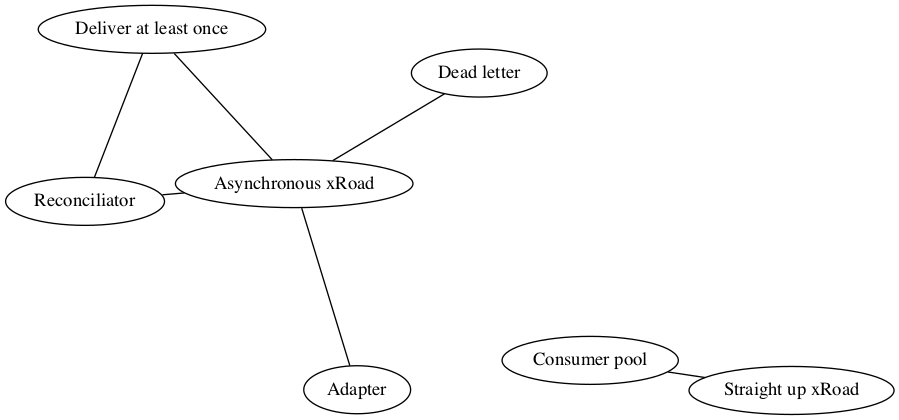
This is gfx/patterns.png from jointxroad/patterns, a Graphviz export, as it was before one commit. Its source is kept beside it as gfx/patterns.dot. Source of this version:
```dot
graph g {
	overlap=prism;
	splines=true;
	overlap_scaling=55
	"Consumer pool" -- "Straight up xRoad"
	"Reconciliator" -- "Asynchronous xRoad";
	"Adapter" -- "Asynchronous xRoad";
	"Asynchronous xRoad" -- "Deliver at least once";
	"Deliver at least once" -- "Reconciliator";
	"Dead letter" -- "Asynchronous xRoad";
}
```
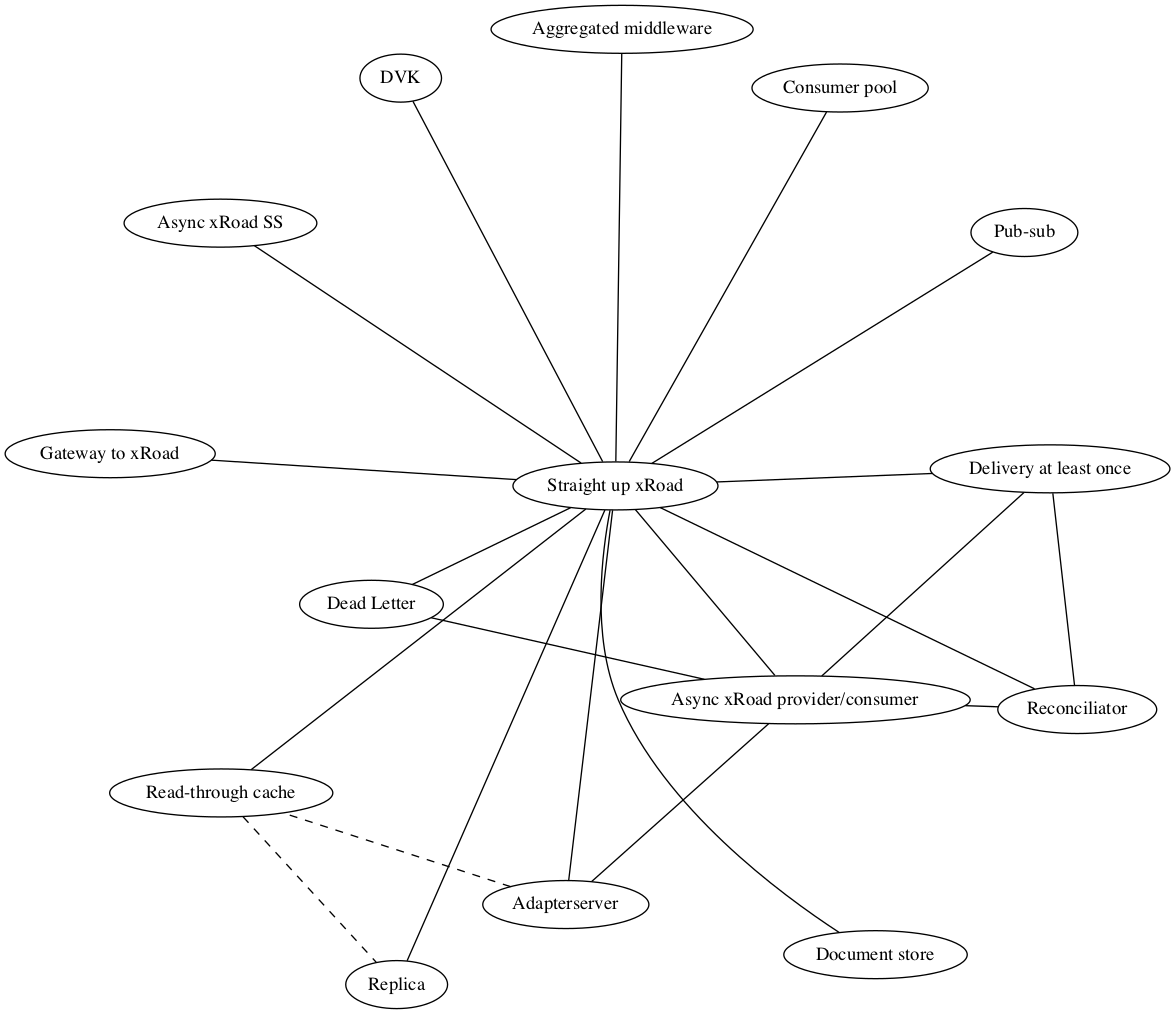
The same diagram one commit later.

Commit message:
Added all patterns to the graph, two different relationships

What changed in the source:
```diff
@@ -1,11 +1,25 @@
 graph g {
 	overlap=prism;
 	splines=true;
-	overlap_scaling=55
-	"Consumer pool" -- "Straight up xRoad"
-	"Reconciliator" -- "Asynchronous xRoad";
-	"Adapter" -- "Asynchronous xRoad";
-	"Asynchronous xRoad" -- "Deliver at least once";
-	"Deliver at least once" -- "Reconciliator";
-	"Dead letter" -- "Asynchronous xRoad";
+	 "Straight up xRoad" --  "Consumer pool"
+	 "Straight up xRoad" --  "Adapterserver"
+	 "Straight up xRoad" --  "DVK"
+	 "Straight up xRoad" --  "Async xRoad provider/consumer"
+	 "Straight up xRoad" --  "Async xRoad SS"
+	 "Straight up xRoad" --  "Gateway to xRoad"
+	 "Straight up xRoad" --  "Reconciliator"
+	 "Straight up xRoad" --  "Dead Letter"
+	 "Straight up xRoad" --  "Document store"
+	 "Straight up xRoad" --  "Replica"
+	 "Straight up xRoad" --  "Read-through cache"
+	 "Straight up xRoad" --  "Pub-sub"
+	 "Straight up xRoad" --  "Delivery at least once"
+	 "Straight up xRoad" --  "Aggregated middleware"
+	"Reconciliator" -- "Async xRoad provider/consumer";
+	"Adapterserver" -- "Async xRoad provider/consumer";
+	"Async xRoad provider/consumer" -- "Delivery at least once";
+	"Delivery at least once" -- "Reconciliator";
+	"Dead Letter" -- "Async xRoad provider/consumer";
+	"Adapterserver" -- "Read-through cache"[style=dashed];
+	"Read-through cache" -- "Replica"[style=dashed];
 }
```
